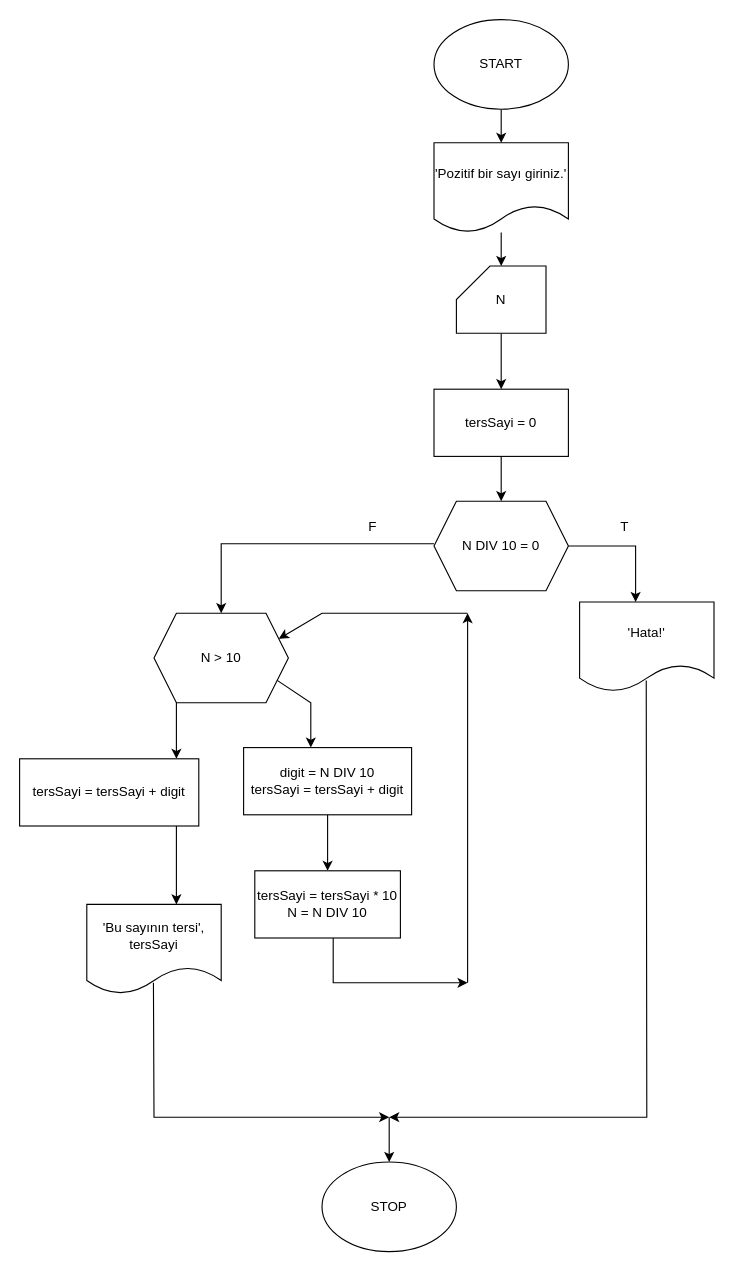
zeyneppkts/flow-charts keeps this draw.io diagram as tersSayi.drawio. Above is the earlier version. Source tidied: cells renumbered, new cells numbered last; positions are measured from the earlier drawing's top-left corner, leaving out a move shared by most shapes. Both pictures are drawn from the tidied source at 112%, with x=0, y=0 at pixel (19, 19).
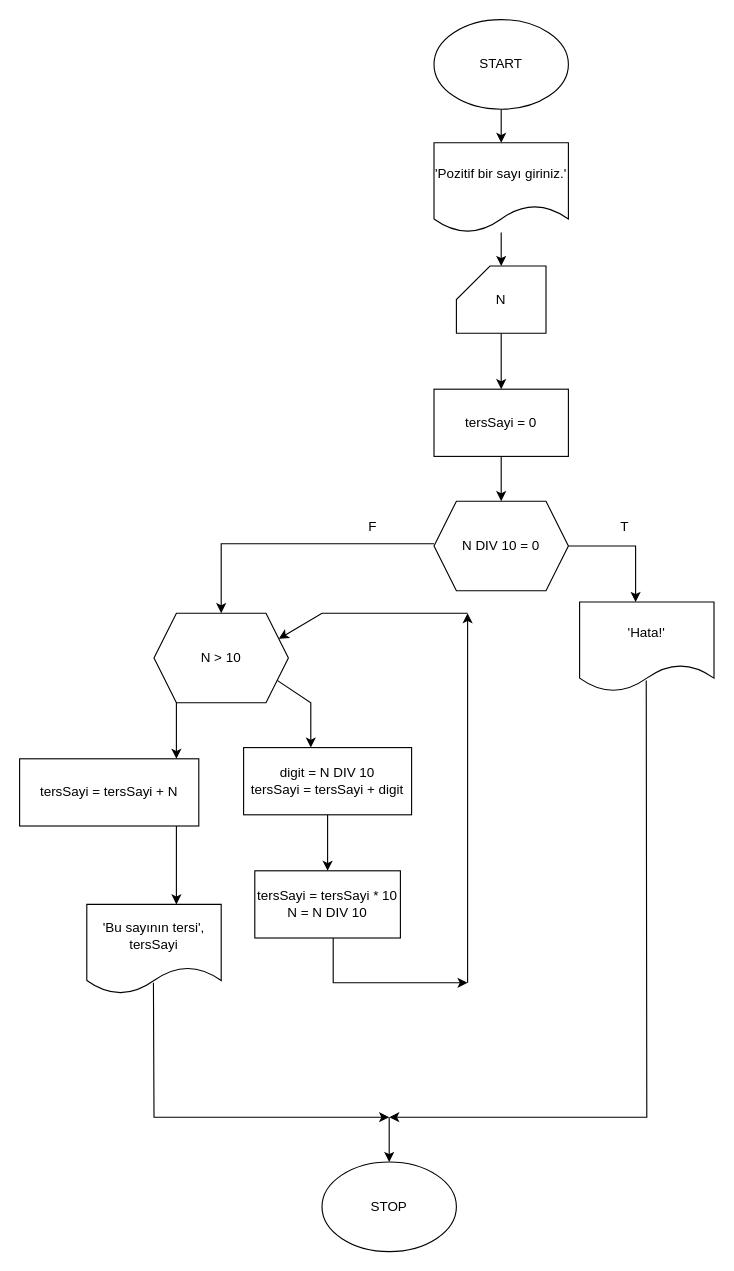
The same diagram, later.

What changed in the source:
```diff
@@
-    <mxCell id="24" value="tersSayi = tersSayi + digit" style="rounded=0;whiteSpace=wrap;html=1;" parent="1" vertex="1">
+    <mxCell id="24" value="tersSayi = tersSayi + N" style="rounded=0;whiteSpace=wrap;html=1;" parent="1" vertex="1">
       <mxGeometry y="660" width="160" height="60" as="geometry" />
     </mxCell>
```
